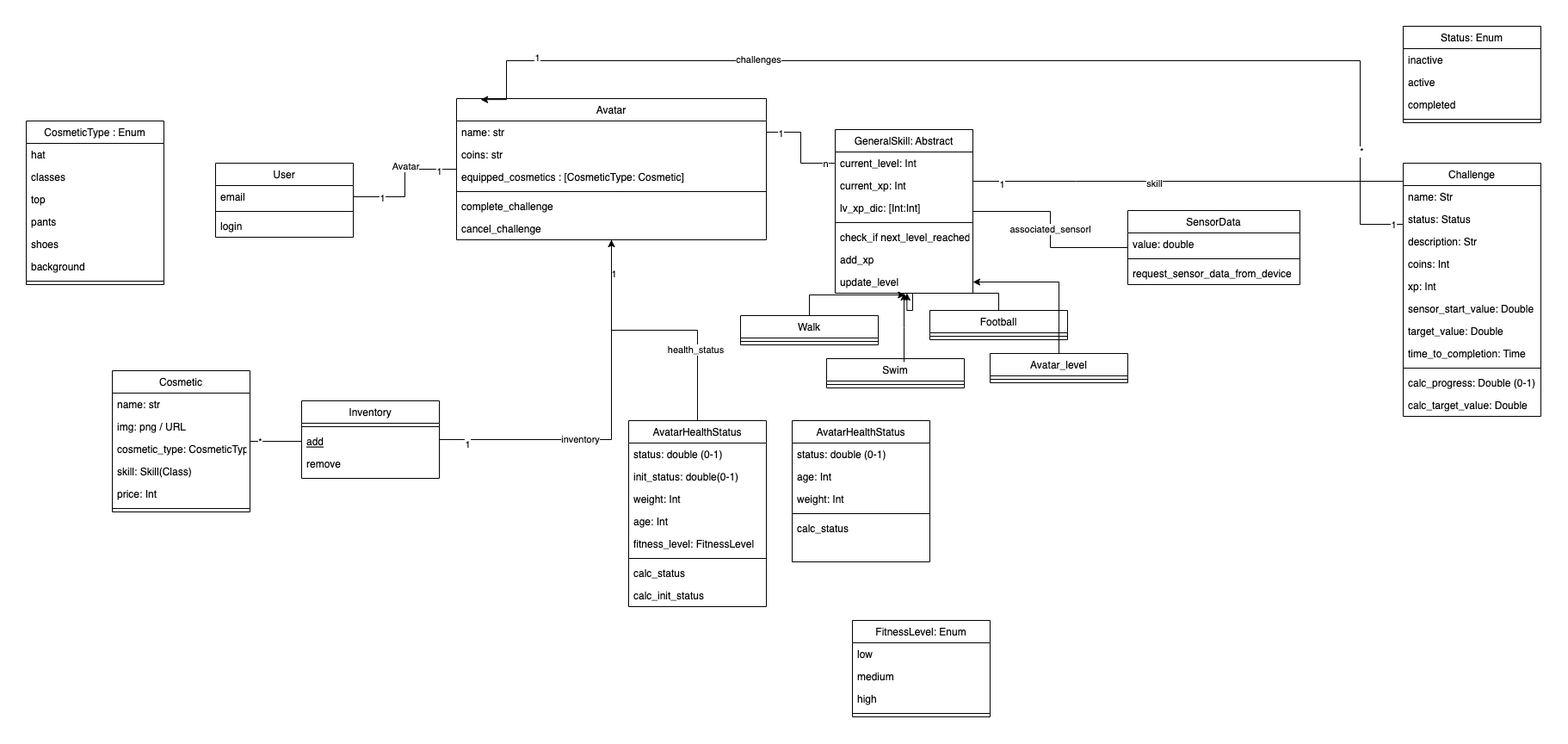
This is docs/class_diagramm_Fitamigo.drawio.png from pweissleder/junction23, a draw.io export, as it was before one commit. Source tidied: cells renumbered, new cells last; positions are measured from the earlier drawing's top-left corner, leaving out a move shared by most shapes.
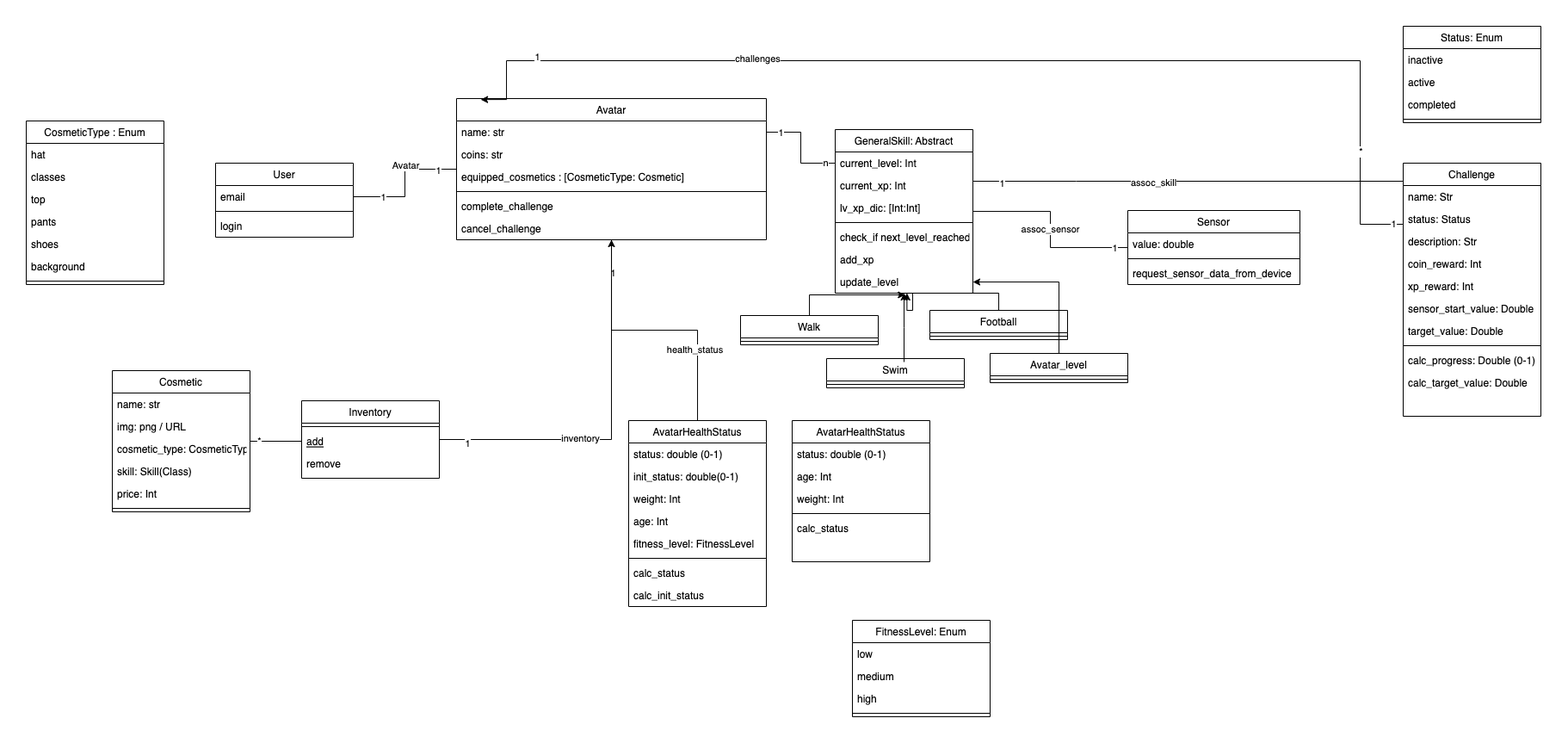
The same file after the commit.

Diff of the diagram source:
```diff
@@ -82,7 +82,7 @@
     <mxCell id="26" value="1" style="edgeLabel;html=1;align=center;verticalAlign=middle;" parent="25" vertex="1">
       <mxGeometry x="-0.87" y="-3" relative="1" as="geometry" />
     </mxCell>
-    <mxCell id="27" value="skill" style="edgeLabel;html=1;align=center;verticalAlign=middle;" parent="25" vertex="1">
+    <mxCell id="27" value="assoc_skill" style="edgeLabel;html=1;align=center;verticalAlign=middle;" parent="25" vertex="1">
       <mxGeometry x="-0.16" y="-2" relative="1" as="geometry" />
     </mxCell>
     <mxCell id="28" value="GeneralSkill: Abstract" style="swimlane;fontStyle=0;align=center;verticalAlign=top;horizontal=1;startSize=26;rounded=0;shadow=0;strokeWidth=1;" parent="1" vertex="1">
@@ -156,9 +156,12 @@
     <mxCell id="50" style="line;html=1;strokeWidth=1;align=left;verticalAlign=middle;spacingTop=-1;spacingLeft=3;spacingRight=3;labelPosition=right;" parent="49" vertex="1">
       <mxGeometry y="26" width="160" height="8" as="geometry" />
     </mxCell>
-    <mxCell id="51" value="associated_sensorl" style="edgeStyle=orthogonalEdgeStyle;rounded=0;jettySize=auto;html=1;endArrow=none;endFill=0;" parent="1" edge="1" source="84" target="28">
+    <mxCell id="51" value="assoc_sensor" style="edgeStyle=orthogonalEdgeStyle;rounded=0;jettySize=auto;html=1;endArrow=none;endFill=0;" parent="1" edge="1" source="84" target="28">
       <mxGeometry relative="1" as="geometry" />
     </mxCell>
+    <mxCell id="117" value="1" style="edgeLabel;html=1;align=center;verticalAlign=middle;" parent="51" vertex="1">
+      <mxGeometry x="-0.86" y="1" relative="1" as="geometry" />
+    </mxCell>
     <mxCell id="52" value="Cosmetic" style="swimlane;fontStyle=0;align=center;verticalAlign=top;horizontal=1;startSize=26;rounded=0;shadow=0;strokeWidth=1;" parent="1" vertex="1">
       <mxGeometry x="100" y="400" width="160" height="164" as="geometry" />
     </mxCell>
@@ -198,10 +201,10 @@
     <mxCell id="64" value="description: Str" style="text;align=left;verticalAlign=top;spacingLeft=4;spacingRight=4;overflow=hidden;" parent="61" vertex="1">
       <mxGeometry y="78" width="160" height="26" as="geometry" />
     </mxCell>
-    <mxCell id="65" value="coins: Int " style="text;align=left;verticalAlign=top;spacingLeft=4;spacingRight=4;overflow=hidden;" parent="61" vertex="1">
+    <mxCell id="65" value="coin_reward: Int " style="text;align=left;verticalAlign=top;spacingLeft=4;spacingRight=4;overflow=hidden;" parent="61" vertex="1">
       <mxGeometry y="104" width="160" height="26" as="geometry" />
     </mxCell>
-    <mxCell id="66" value="xp: Int " style="text;align=left;verticalAlign=top;spacingLeft=4;spacingRight=4;overflow=hidden;" parent="61" vertex="1">
+    <mxCell id="66" value="xp_reward: Int " style="text;align=left;verticalAlign=top;spacingLeft=4;spacingRight=4;overflow=hidden;" parent="61" vertex="1">
       <mxGeometry y="130" width="160" height="26" as="geometry" />
     </mxCell>
     <mxCell id="67" value="sensor_start_value: Double" style="text;align=left;verticalAlign=top;spacingLeft=4;spacingRight=4;overflow=hidden;" parent="61" vertex="1">
@@ -210,17 +213,14 @@
     <mxCell id="68" value="target_value: Double" style="text;align=left;verticalAlign=top;spacingLeft=4;spacingRight=4;overflow=hidden;" parent="61" vertex="1">
       <mxGeometry y="182" width="160" height="26" as="geometry" />
     </mxCell>
-    <mxCell id="69" value="time_to_completion: Time" style="text;align=left;verticalAlign=top;spacingLeft=4;spacingRight=4;overflow=hidden;" parent="61" vertex="1">
-      <mxGeometry y="208" width="160" height="26" as="geometry" />
-    </mxCell>
     <mxCell id="70" style="line;html=1;strokeWidth=1;align=left;verticalAlign=middle;spacingTop=-1;spacingLeft=3;spacingRight=3;labelPosition=right;" parent="61" vertex="1">
-      <mxGeometry y="234" width="160" height="8" as="geometry" />
+      <mxGeometry y="208" width="160" height="8" as="geometry" />
     </mxCell>
     <mxCell id="71" value="calc_progress: Double (0-1)" style="text;align=left;verticalAlign=top;spacingLeft=4;spacingRight=4;overflow=hidden;" parent="61" vertex="1">
-      <mxGeometry y="242" width="160" height="26" as="geometry" />
+      <mxGeometry y="216" width="160" height="26" as="geometry" />
     </mxCell>
     <mxCell id="72" value="calc_target_value: Double" style="text;align=left;verticalAlign=top;spacingLeft=4;spacingRight=4;overflow=hidden;" parent="61" vertex="1">
-      <mxGeometry y="268" width="160" height="26" as="geometry" />
+      <mxGeometry y="242" width="160" height="26" as="geometry" />
     </mxCell>
     <mxCell id="73" style="edgeStyle=orthogonalEdgeStyle;rounded=0;jettySize=auto;html=1;" parent="1" edge="1" source="75" target="18">
       <mxGeometry relative="1" as="geometry" />
@@ -255,7 +255,7 @@
     <mxCell id="83" value="calc_init_status" style="text;align=left;verticalAlign=top;spacingLeft=4;spacingRight=4;overflow=hidden;" parent="75" vertex="1">
       <mxGeometry y="190" width="160" height="26" as="geometry" />
     </mxCell>
-    <mxCell id="84" value="SensorData" style="swimlane;fontStyle=0;align=center;verticalAlign=top;horizontal=1;startSize=26;rounded=0;shadow=0;strokeWidth=1;" parent="1" vertex="1">
+    <mxCell id="84" value="Sensor" style="swimlane;fontStyle=0;align=center;verticalAlign=top;horizontal=1;startSize=26;rounded=0;shadow=0;strokeWidth=1;" parent="1" vertex="1">
       <mxGeometry x="1280" y="214" width="200" height="86" as="geometry" />
     </mxCell>
     <mxCell id="85" value="value: double" style="text;align=left;verticalAlign=top;spacingLeft=4;spacingRight=4;overflow=hidden;" parent="84" vertex="1">
```
